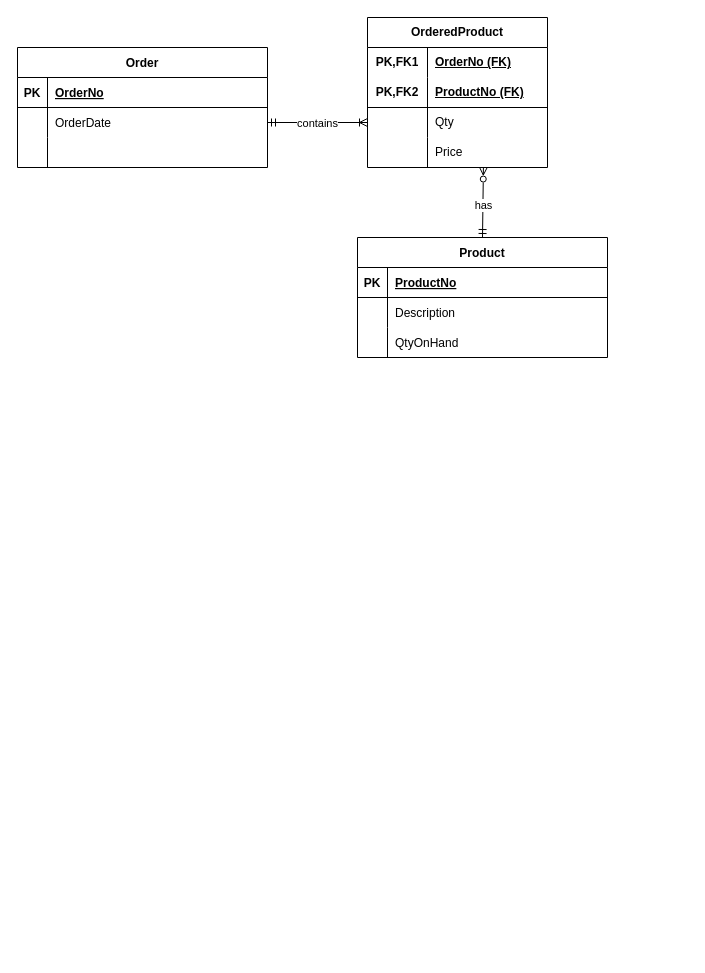
The draw.io diagram Database2.3.drawio in lo0109/lo0109, before the edit. Source tidied: cells renumbered, new cells numbered last; positions are measured from the earlier drawing's top-left corner, leaving out a move shared by most shapes. Both pictures are drawn from the tidied source at 100%, with x=0, y=0 at pixel (17, 17).
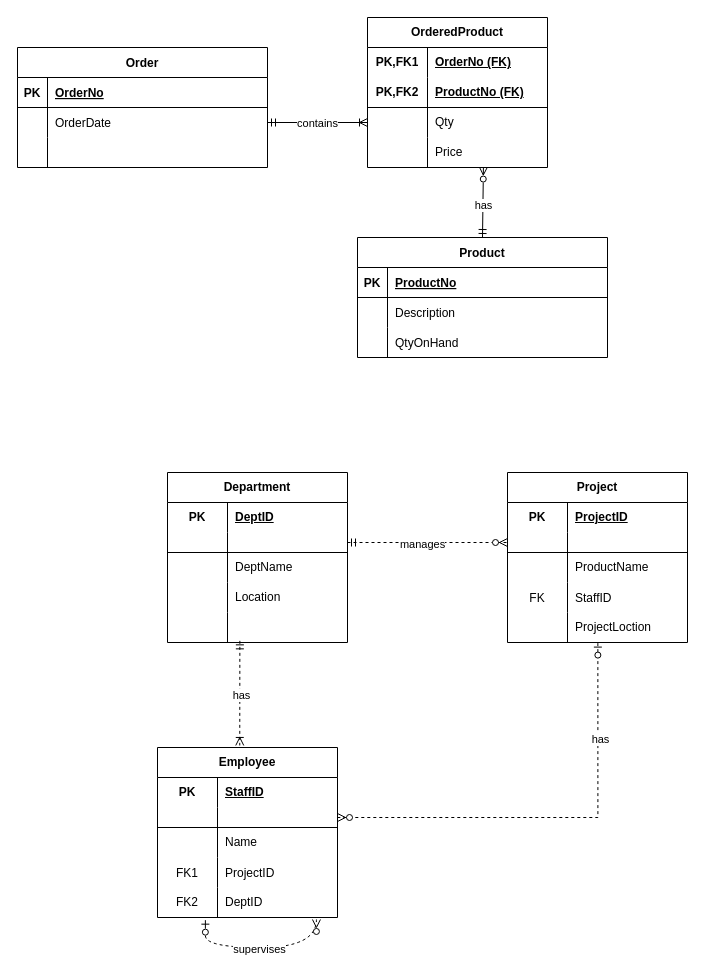
After the change.

Change to the diagram source:
```diff
@@
+    <mxCell id="39" value="Department" style="shape=table;startSize=30;childLayout=tableLayout;rowLines=0;fontStyle=1;align=center;html=1;whiteSpace=wrap;" parent="1" vertex="1">
+      <mxGeometry x="150" y="455" width="180" height="170" as="geometry" />
+    </mxCell>
+    <mxCell id="40" style="shape=tableRow;horizontal=0;startSize=0;swimlaneHead=0;swimlaneBody=0;fillColor=none;top=0;left=0;right=0;bottom=0;html=1;" parent="39" vertex="1">
+      <mxGeometry y="30" width="180" height="30" as="geometry" />
+    </mxCell>
+    <mxCell id="41" value="PK" style="shape=partialRectangle;fillColor=none;top=0;left=0;bottom=0;right=0;fontStyle=1;overflow=hidden;html=1;whiteSpace=wrap;" parent="40" vertex="1">
+      <mxGeometry width="60" height="30" as="geometry" />
+    </mxCell>
+    <mxCell id="42" value="DeptID" style="shape=partialRectangle;fillColor=none;top=0;left=0;bottom=0;right=0;align=left;spacingLeft=6;fontStyle=5;overflow=hidden;html=1;whiteSpace=wrap;" parent="40" vertex="1">
+      <mxGeometry x="60" width="120" height="30" as="geometry" />
+    </mxCell>
+    <mxCell id="43" style="shape=tableRow;horizontal=0;startSize=0;swimlaneHead=0;swimlaneBody=0;fillColor=none;points=[[0,0.5],[1,0.5]];portConstraint=eastwest;top=0;left=0;right=0;bottom=1;html=1;" parent="39" vertex="1">
+      <mxGeometry y="60" width="180" height="20" as="geometry" />
+    </mxCell>
+    <mxCell id="44" style="shape=partialRectangle;fillColor=none;top=0;left=0;bottom=0;right=0;fontStyle=1;overflow=hidden;html=1;whiteSpace=wrap;" parent="43" vertex="1">
+      <mxGeometry width="60" height="20" as="geometry" />
+    </mxCell>
+    <mxCell id="45" style="shape=partialRectangle;fillColor=none;top=0;left=0;bottom=0;right=0;align=left;spacingLeft=6;fontStyle=5;overflow=hidden;html=1;whiteSpace=wrap;" parent="43" vertex="1">
+      <mxGeometry x="60" width="120" height="20" as="geometry" />
+    </mxCell>
+    <mxCell id="46" style="shape=tableRow;horizontal=0;startSize=0;swimlaneHead=0;swimlaneBody=0;fillColor=none;top=0;left=0;right=0;bottom=0;html=1;" parent="39" vertex="1">
+      <mxGeometry y="80" width="180" height="30" as="geometry" />
+    </mxCell>
+    <mxCell id="47" style="shape=partialRectangle;fillColor=none;top=0;left=0;bottom=0;right=0;overflow=hidden;html=1;whiteSpace=wrap;" parent="46" vertex="1">
+      <mxGeometry width="60" height="30" as="geometry" />
+    </mxCell>
+    <mxCell id="48" value="DeptName" style="shape=partialRectangle;fillColor=none;top=0;left=0;bottom=0;right=0;align=left;spacingLeft=6;overflow=hidden;html=1;whiteSpace=wrap;" parent="46" vertex="1">
+      <mxGeometry x="60" width="120" height="30" as="geometry" />
+    </mxCell>
+    <mxCell id="49" style="shape=tableRow;horizontal=0;startSize=0;swimlaneHead=0;swimlaneBody=0;fillColor=none;top=0;left=0;right=0;bottom=0;html=1;" parent="39" vertex="1">
+      <mxGeometry y="110" width="180" height="30" as="geometry" />
+    </mxCell>
+    <mxCell id="50" style="shape=partialRectangle;fillColor=none;top=0;left=0;bottom=0;right=0;overflow=hidden;html=1;whiteSpace=wrap;" parent="49" vertex="1">
+      <mxGeometry width="60" height="30" as="geometry" />
+    </mxCell>
+    <mxCell id="51" value="Location" style="shape=partialRectangle;fillColor=none;top=0;left=0;bottom=0;right=0;align=left;spacingLeft=6;overflow=hidden;html=1;whiteSpace=wrap;" parent="49" vertex="1">
+      <mxGeometry x="60" width="120" height="30" as="geometry" />
+    </mxCell>
+    <mxCell id="52" style="shape=tableRow;horizontal=0;startSize=0;swimlaneHead=0;swimlaneBody=0;fillColor=none;points=[[0,0.5],[1,0.5]];portConstraint=eastwest;top=0;left=0;right=0;bottom=0;" parent="39" vertex="1">
+      <mxGeometry y="140" width="180" height="30" as="geometry" />
+    </mxCell>
+    <mxCell id="53" style="shape=partialRectangle;fillColor=none;top=0;left=0;bottom=0;right=0;overflow=hidden;" parent="52" vertex="1">
+      <mxGeometry width="60" height="30" as="geometry" />
+    </mxCell>
+    <mxCell id="54" style="shape=partialRectangle;fillColor=none;top=0;left=0;bottom=0;right=0;align=left;spacingLeft=6;overflow=hidden;" parent="52" vertex="1">
+      <mxGeometry x="60" width="120" height="30" as="geometry" />
+    </mxCell>
+    <mxCell id="55" value="Project" style="shape=table;startSize=30;childLayout=tableLayout;rowLines=0;fontStyle=1;align=center;html=1;whiteSpace=wrap;" parent="1" vertex="1">
+      <mxGeometry x="490" y="455" width="180" height="170" as="geometry" />
+    </mxCell>
+    <mxCell id="56" style="shape=tableRow;horizontal=0;startSize=0;swimlaneHead=0;swimlaneBody=0;fillColor=none;top=0;left=0;right=0;bottom=0;html=1;" parent="55" vertex="1">
+      <mxGeometry y="30" width="180" height="30" as="geometry" />
+    </mxCell>
+    <mxCell id="57" value="PK" style="shape=partialRectangle;fillColor=none;top=0;left=0;bottom=0;right=0;fontStyle=1;overflow=hidden;html=1;whiteSpace=wrap;" parent="56" vertex="1">
+      <mxGeometry width="60" height="30" as="geometry" />
+    </mxCell>
+    <mxCell id="58" value="ProjectID" style="shape=partialRectangle;fillColor=none;top=0;left=0;bottom=0;right=0;align=left;spacingLeft=6;fontStyle=5;overflow=hidden;html=1;whiteSpace=wrap;" parent="56" vertex="1">
+      <mxGeometry x="60" width="120" height="30" as="geometry" />
+    </mxCell>
+    <mxCell id="59" style="shape=tableRow;horizontal=0;startSize=0;swimlaneHead=0;swimlaneBody=0;fillColor=none;points=[[0,0.5],[1,0.5]];portConstraint=eastwest;top=0;left=0;right=0;bottom=1;html=1;" parent="55" vertex="1">
+      <mxGeometry y="60" width="180" height="20" as="geometry" />
+    </mxCell>
+    <mxCell id="60" style="shape=partialRectangle;fillColor=none;top=0;left=0;bottom=0;right=0;fontStyle=1;overflow=hidden;html=1;whiteSpace=wrap;" parent="59" vertex="1">
+      <mxGeometry width="60" height="20" as="geometry" />
+    </mxCell>
+    <mxCell id="61" style="shape=partialRectangle;fillColor=none;top=0;left=0;bottom=0;right=0;align=left;spacingLeft=6;fontStyle=5;overflow=hidden;html=1;whiteSpace=wrap;" parent="59" vertex="1">
+      <mxGeometry x="60" width="120" height="20" as="geometry" />
+    </mxCell>
+    <mxCell id="62" style="shape=tableRow;horizontal=0;startSize=0;swimlaneHead=0;swimlaneBody=0;fillColor=none;top=0;left=0;right=0;bottom=0;html=1;" parent="55" vertex="1">
+      <mxGeometry y="80" width="180" height="30" as="geometry" />
+    </mxCell>
+    <mxCell id="63" style="shape=partialRectangle;fillColor=none;top=0;left=0;bottom=0;right=0;overflow=hidden;html=1;whiteSpace=wrap;" parent="62" vertex="1">
+      <mxGeometry width="60" height="30" as="geometry" />
+    </mxCell>
+    <mxCell id="64" value="ProductName" style="shape=partialRectangle;fillColor=none;top=0;left=0;bottom=0;right=0;align=left;spacingLeft=6;overflow=hidden;html=1;whiteSpace=wrap;" parent="62" vertex="1">
+      <mxGeometry x="60" width="120" height="30" as="geometry" />
+    </mxCell>
+    <mxCell id="65" style="shape=tableRow;horizontal=0;startSize=0;swimlaneHead=0;swimlaneBody=0;fillColor=none;top=0;left=0;right=0;bottom=0;" parent="55" vertex="1">
+      <mxGeometry y="110" width="180" height="30" as="geometry" />
+    </mxCell>
+    <mxCell id="66" value="FK" style="shape=partialRectangle;fillColor=none;top=0;left=0;bottom=0;right=0;overflow=hidden;" parent="65" vertex="1">
+      <mxGeometry width="60" height="30" as="geometry" />
+    </mxCell>
+    <mxCell id="67" value="StaffID" style="shape=partialRectangle;fillColor=none;top=0;left=0;bottom=0;right=0;align=left;spacingLeft=6;overflow=hidden;" parent="65" vertex="1">
+      <mxGeometry x="60" width="120" height="30" as="geometry" />
+    </mxCell>
+    <mxCell id="68" style="shape=tableRow;horizontal=0;startSize=0;swimlaneHead=0;swimlaneBody=0;fillColor=none;points=[[0,0.5],[1,0.5]];portConstraint=eastwest;top=0;left=0;right=0;bottom=0;html=1;" parent="55" vertex="1">
+      <mxGeometry y="140" width="180" height="30" as="geometry" />
+    </mxCell>
+    <mxCell id="69" style="shape=partialRectangle;fillColor=none;top=0;left=0;bottom=0;right=0;overflow=hidden;html=1;whiteSpace=wrap;" parent="68" vertex="1">
+      <mxGeometry width="60" height="30" as="geometry" />
+    </mxCell>
+    <mxCell id="70" value="ProjectLoction" style="shape=partialRectangle;fillColor=none;top=0;left=0;bottom=0;right=0;align=left;spacingLeft=6;overflow=hidden;html=1;whiteSpace=wrap;" parent="68" vertex="1">
+      <mxGeometry x="60" width="120" height="30" as="geometry" />
+    </mxCell>
+    <mxCell id="71" value="Employee" style="shape=table;startSize=30;childLayout=tableLayout;rowLines=0;fontStyle=1;align=center;html=1;whiteSpace=wrap;" parent="1" vertex="1">
+      <mxGeometry x="140" y="730" width="180" height="170" as="geometry" />
+    </mxCell>
+    <mxCell id="72" style="shape=tableRow;horizontal=0;startSize=0;swimlaneHead=0;swimlaneBody=0;fillColor=none;top=0;left=0;right=0;bottom=0;html=1;" parent="71" vertex="1">
+      <mxGeometry y="30" width="180" height="30" as="geometry" />
+    </mxCell>
+    <mxCell id="73" value="PK" style="shape=partialRectangle;fillColor=none;top=0;left=0;bottom=0;right=0;fontStyle=1;overflow=hidden;html=1;whiteSpace=wrap;" parent="72" vertex="1">
+      <mxGeometry width="60" height="30" as="geometry" />
+    </mxCell>
+    <mxCell id="74" value="StaffID" style="shape=partialRectangle;fillColor=none;top=0;left=0;bottom=0;right=0;align=left;spacingLeft=6;fontStyle=5;overflow=hidden;html=1;whiteSpace=wrap;" parent="72" vertex="1">
+      <mxGeometry x="60" width="120" height="30" as="geometry" />
+    </mxCell>
+    <mxCell id="75" style="shape=tableRow;horizontal=0;startSize=0;swimlaneHead=0;swimlaneBody=0;fillColor=none;points=[[0,0.5],[1,0.5]];portConstraint=eastwest;top=0;left=0;right=0;bottom=1;html=1;" parent="71" vertex="1">
+      <mxGeometry y="60" width="180" height="20" as="geometry" />
+    </mxCell>
+    <mxCell id="76" style="shape=partialRectangle;fillColor=none;top=0;left=0;bottom=0;right=0;fontStyle=1;overflow=hidden;html=1;whiteSpace=wrap;" parent="75" vertex="1">
+      <mxGeometry width="60" height="20" as="geometry" />
+    </mxCell>
+    <mxCell id="77" style="shape=partialRectangle;fillColor=none;top=0;left=0;bottom=0;right=0;align=left;spacingLeft=6;fontStyle=5;overflow=hidden;html=1;whiteSpace=wrap;" parent="75" vertex="1">
+      <mxGeometry x="60" width="120" height="20" as="geometry" />
+    </mxCell>
+    <mxCell id="78" style="shape=tableRow;horizontal=0;startSize=0;swimlaneHead=0;swimlaneBody=0;fillColor=none;top=0;left=0;right=0;bottom=0;html=1;" parent="71" vertex="1">
+      <mxGeometry y="80" width="180" height="30" as="geometry" />
+    </mxCell>
+    <mxCell id="79" style="shape=partialRectangle;fillColor=none;top=0;left=0;bottom=0;right=0;overflow=hidden;html=1;whiteSpace=wrap;" parent="78" vertex="1">
+      <mxGeometry width="60" height="30" as="geometry" />
+    </mxCell>
+    <mxCell id="80" value="Name" style="shape=partialRectangle;fillColor=none;top=0;left=0;bottom=0;right=0;align=left;spacingLeft=6;overflow=hidden;html=1;whiteSpace=wrap;" parent="78" vertex="1">
+      <mxGeometry x="60" width="120" height="30" as="geometry" />
+    </mxCell>
+    <mxCell id="81" style="shape=tableRow;horizontal=0;startSize=0;swimlaneHead=0;swimlaneBody=0;fillColor=none;top=0;left=0;right=0;bottom=0;" parent="71" vertex="1">
+      <mxGeometry y="110" width="180" height="30" as="geometry" />
+    </mxCell>
+    <mxCell id="82" value="FK1" style="shape=partialRectangle;fillColor=none;top=0;left=0;bottom=0;right=0;overflow=hidden;" parent="81" vertex="1">
+      <mxGeometry width="60" height="30" as="geometry" />
+    </mxCell>
+    <mxCell id="83" value="ProjectID" style="shape=partialRectangle;fillColor=none;top=0;left=0;bottom=0;right=0;align=left;spacingLeft=6;overflow=hidden;" parent="81" vertex="1">
+      <mxGeometry x="60" width="120" height="30" as="geometry" />
+    </mxCell>
+    <mxCell id="84" style="shape=tableRow;horizontal=0;startSize=0;swimlaneHead=0;swimlaneBody=0;fillColor=none;points=[[0,0.5],[1,0.5]];portConstraint=eastwest;top=0;left=0;right=0;bottom=0;html=1;" parent="71" vertex="1">
+      <mxGeometry y="140" width="180" height="30" as="geometry" />
+    </mxCell>
+    <mxCell id="85" value="FK2" style="shape=partialRectangle;fillColor=none;top=0;left=0;bottom=0;right=0;overflow=hidden;html=1;whiteSpace=wrap;" parent="84" vertex="1">
+      <mxGeometry width="60" height="30" as="geometry" />
+    </mxCell>
+    <mxCell id="86" value="DeptID" style="shape=partialRectangle;fillColor=none;top=0;left=0;bottom=0;right=0;align=left;spacingLeft=6;overflow=hidden;html=1;whiteSpace=wrap;" parent="84" vertex="1">
+      <mxGeometry x="60" width="120" height="30" as="geometry" />
+    </mxCell>
+    <mxCell id="87" style="edgeStyle=orthogonalEdgeStyle;fontSize=12;html=1;endArrow=ERzeroToMany;startArrow=ERzeroToOne;rounded=0;dashed=1;curved=1;entryX=0.883;entryY=1.066;entryDx=0;entryDy=0;entryPerimeter=0;exitX=0.266;exitY=1.089;exitDx=0;exitDy=0;exitPerimeter=0;startFill=0;" parent="71" edge="1" source="84" target="84">
+      <mxGeometry relative="1" as="geometry">
+        <Array as="points">
+          <mxPoint x="48" y="200" />
+          <mxPoint x="159" y="200" />
+        </Array>
+      </mxGeometry>
+    </mxCell>
+    <mxCell id="88" value="supervises" style="edgeLabel;html=1;align=center;verticalAlign=middle;" parent="87" vertex="1">
+      <mxGeometry x="-0.03" y="-1" relative="1" as="geometry" />
+    </mxCell>
+    <mxCell id="89" style="edgeStyle=entityRelationEdgeStyle;fontSize=12;html=1;endArrow=ERzeroToMany;startArrow=ERmandOne;rounded=0;entryX=0;entryY=0.5;entryDx=0;entryDy=0;exitX=1;exitY=0.5;exitDx=0;exitDy=0;dashed=1;" parent="1" edge="1" source="43" target="59">
+      <mxGeometry relative="1" as="geometry" />
+    </mxCell>
+    <mxCell id="90" value="manages" style="edgeLabel;html=1;align=center;verticalAlign=middle;" parent="89" vertex="1">
+      <mxGeometry x="-0.08" y="-1" relative="1" as="geometry" />
+    </mxCell>
+    <mxCell id="91" style="fontSize=12;html=1;endArrow=ERoneToMany;startArrow=ERmandOne;rounded=0;entryX=0.457;entryY=-0.012;entryDx=0;entryDy=0;entryPerimeter=0;endFill=0;exitX=0.402;exitY=0.945;exitDx=0;exitDy=0;exitPerimeter=0;dashed=1;" parent="1" edge="1" source="52" target="71">
+      <mxGeometry relative="1" as="geometry" />
+    </mxCell>
+    <mxCell id="92" value="has" style="edgeLabel;html=1;align=center;verticalAlign=middle;" parent="91" vertex="1">
+      <mxGeometry x="0.03" y="1" relative="1" as="geometry" />
+    </mxCell>
+    <mxCell id="93" style="fontSize=12;html=1;endArrow=ERzeroToMany;startArrow=ERzeroToOne;rounded=0;entryX=1;entryY=0.5;entryDx=0;entryDy=0;exitX=0.502;exitY=1.02;exitDx=0;exitDy=0;exitPerimeter=0;edgeStyle=orthogonalEdgeStyle;dashed=1;" parent="1" edge="1" source="68" target="75">
+      <mxGeometry relative="1" as="geometry" />
+    </mxCell>
+    <mxCell id="94" value="has" style="edgeLabel;html=1;align=center;verticalAlign=middle;" parent="93" vertex="1">
+      <mxGeometry x="-0.56" y="2" relative="1" as="geometry" />
+    </mxCell>
```
